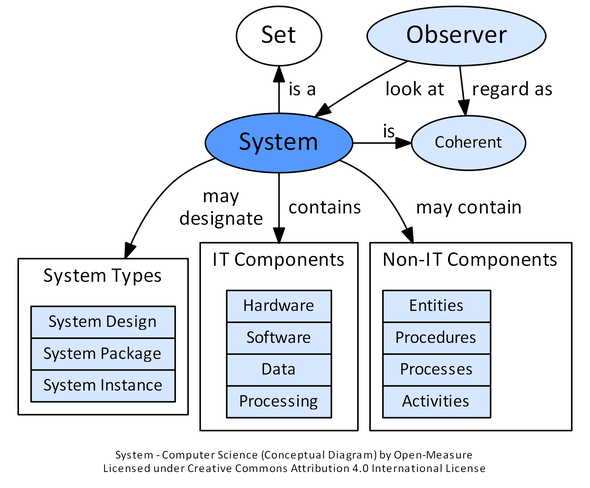
Open-Measure/Graphviz-Models keeps this Graphviz diagram as Dictionary/system.png. Above is the earlier version. Its source is kept beside it as Dictionary/system.gv. Source of this version:
```dot
digraph G {
	rankdir="TB";
	ranksep="0";
	newrank=true;
	packmode="clust";
	compound=true;
	fontname="Calibri";
	label="System - Computer Science (Conceptual Diagram) by Open-Measure\nLicensed under Creative Commons Attribution 4.0 International License";
	fontsize=8;
	node[shape="ellipse", fontsize=12, fillcolor="#d6e7ff", style="filled", fontname="Calibri"];
	edge[fontname="Calibri", minlen="1"];

	# Parent Concept
	n_set [label="Set", fontsize=18, fillcolor="#ffffff"];
	n_set -> n_system [weight=10, label="  is a  ", dir="back"];

	# Concept
	n_system [label="System", fontsize=18, fillcolor="#5599ff", URL="https://open-measure.atlassian.net/wiki/spaces/DIC/pages/5965562"];

	# Key Characteristics
	n_observer [label="Observer", fontsize=18];
	n_observer -> n_system [label="  look at  "];
	n_observer -> n_coherent [label="  regard as  "];
	n_coherent [label="Coherent"];
	n_system -> n_coherent [headlabel="  is   "];

	n_system -> n_types [label="  may  \n  designate  ", lhead="cluster_types"];
	subgraph cluster_types {
		label="System Types";
		fontsize="14";
		n_types [label="{{System Design}|{System Package}|{System Instance}}", shape="record", color="black", fontcolor="black"];
	}

	n_system -> n_it_components [label="  contains  ", lhead="cluster_it_components"];
	subgraph cluster_it_components {
		label="IT Components";
		fontsize="14";
		n_it_components [label="{{Hardware}|{Software}|{Data}|{Processing}}", shape="record", color="black", fontcolor="black"];
	}

	n_system -> n_non_it_components [label="  may contain  ", lhead="cluster_non_it_components"];
	subgraph cluster_non_it_components {
		label="Non-IT Components";
		fontsize="14";
		n_non_it_components [label="{{Entities}|{Procedures}|{Processes}|{Activities}}", shape="record", color="black", fontcolor="black"];
	}



	# Hyponyms
	# n_characteristics -> n_system [dir="back"; label=" is generally "];
	# n_characteristics [label="Illegal"];

	# Levels
	{ rank=same; n_system; n_coherent; }
	#{ rank=same; n_control; n_identity }

}
```
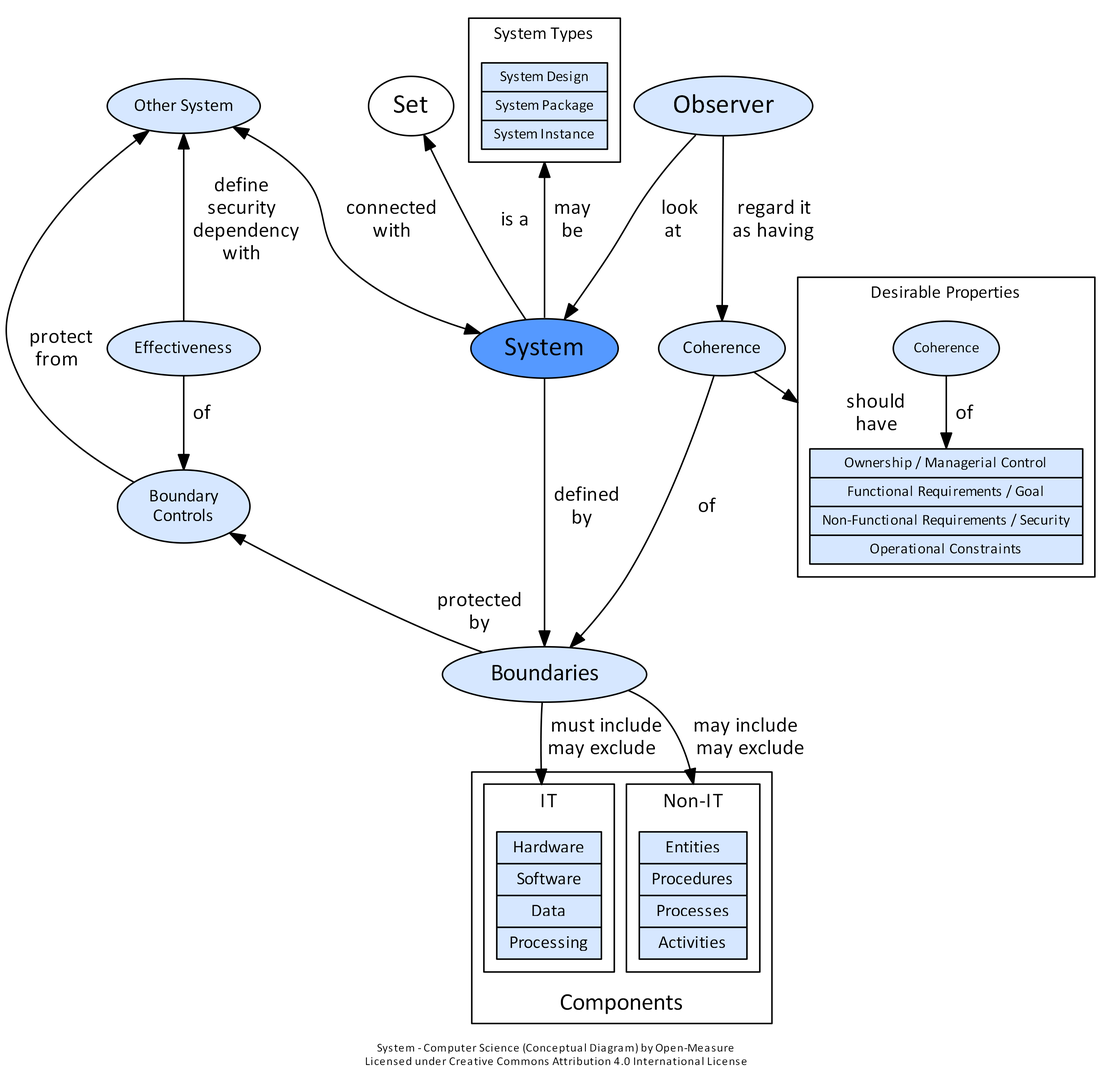
Later version of the same file.

The edit, as a diff of the source:
```diff
@@ -10,6 +10,13 @@
 	node[shape="ellipse", fontsize=12, fillcolor="#d6e7ff", style="filled", fontname="Calibri"];
 	edge[fontname="Calibri", minlen="1"];
 
+	n_types -> n_system [weight=100, dir="back", label="  may  \n  be  ", ltail="cluster_types"];
+	subgraph cluster_types {
+		label="System Types";
+		fontsize="12";
+		n_types [fontsize="10", label="{{System Design}|{System Package}|{System Instance}}", shape="record", color="black", fontcolor="black"];
+	}
+
 	# Parent Concept
 	n_set [label="Set", fontsize=18, fillcolor="#ffffff"];
 	n_set -> n_system [weight=10, label="  is a  ", dir="back"];
@@ -18,41 +25,71 @@
 	n_system [label="System", fontsize=18, fillcolor="#5599ff", URL="https://open-measure.atlassian.net/wiki/spaces/DIC/pages/5965562"];
 
 	# Key Characteristics
+
+	n_control [label="Boundary\nControls"];
+	n_control -> n_boundaries [dir="back", label="protected\nby"];
+
+	n_boundaries [label=" Boundaries ", fontsize=16];
+	n_system -> n_boundaries [label="  defined\nby"];
 	n_observer [label="Observer", fontsize=18];
-	n_observer -> n_system [label="  look at  "];
-	n_observer -> n_coherent [label="  regard as  "];
-	n_coherent [label="Coherent"];
-	n_system -> n_coherent [headlabel="  is   "];
+	n_observer -> n_system [weight=100, label="look    \nat       "];
+	n_observer -> n_coherence [label="  regard it\n  as having"];
+	n_coherence [label="Coherence"];
+	#n_coherence -> n_system [dir="back", label="is"];
+	n_coherence -> n_boundaries [label="  of"];
 
-	n_system -> n_types [label="  may  \n  designate  ", lhead="cluster_types"];
-	subgraph cluster_types {
-		label="System Types";
-		fontsize="14";
-		n_types [label="{{System Design}|{System Package}|{System Instance}}", shape="record", color="black", fontcolor="black"];
+
+	n_effectiveness [label="Effectiveness"];
+	n_effectiveness -> n_control [label="  of   "];
+	n_connected_system -> n_control [dir="back", label="  protect\nfrom"];
+	n_connected_system -> n_effectiveness [weight=100, dir="back", label="define\nsecurity\n  dependency\nwith"];
+
+	n_connected_system [label="Other System"];
+	n_connected_system -> n_system [weight=100, dir="both", label="connected\nwith"];
+
+	#n_desirable_characteristics -> n_coherence [label="should\nhave", ltail="cluster_desirable_characteristics"];
+	n_coherence -> n_desirable_characteristics [label="should\nhave", lhead="cluster_desirable_characteristics"];
+	subgraph cluster_desirable_characteristics {
+		label="Desirable Properties";
+		fontsize="12";
+		n_desirable_coherence [fontsize="10", label="Coherence"];
+		n_desirable_characteristics [fontsize="10", label="{{Ownership / Managerial Control}|{Functional Requirements / Goal}|{Non-Functional Requirements / Security}|{Operational Constraints}}", shape="record", color="black", fontcolor="black"];
+		n_desirable_coherence -> n_desirable_characteristics [label="  of"]
 	}
 
-	n_system -> n_it_components [label="  contains  ", lhead="cluster_it_components"];
-	subgraph cluster_it_components {
-		label="IT Components";
-		fontsize="14";
-		n_it_components [label="{{Hardware}|{Software}|{Data}|{Processing}}", shape="record", color="black", fontcolor="black"];
+	n_boundaries -> n_it_components [label="  must include\nmay exclude", lhead="cluster_it_components"];
+	n_boundaries -> n_non_it_components [label="may include\n  may exclude", lhead="cluster_non_it_components"];
+
+	#n_boundaries -> n_it_components [label="includes\nand/or\nexcludes\n ", lhead="cluster_components"];
+	#n_boundaries -> n_it_components [label="  excludes  ", lhead="cluster_components"];
+
+	subgraph cluster_components {
+		label="Components";
+		fontsize="16";
+		labelloc="b";
+
+		subgraph cluster_it_components {
+			label="IT";
+			fontsize="14";
+			labelloc="t";
+			n_it_components [label="{{Hardware}|{Software}|{Data}|{Processing}}", shape="record", color="black", fontcolor="black"];
+		}
+
+		subgraph cluster_non_it_components {
+			label="Non-IT";
+			fontsize="14";
+			labelloc="t";
+			n_non_it_components [label="{{Entities}|{Procedures}|{Processes}|{Activities}}", shape="record", color="black", fontcolor="black"];
+		}
+
 	}
 
-	n_system -> n_non_it_components [label="  may contain  ", lhead="cluster_non_it_components"];
-	subgraph cluster_non_it_components {
-		label="Non-IT Components";
-		fontsize="14";
-		n_non_it_components [label="{{Entities}|{Procedures}|{Processes}|{Activities}}", shape="record", color="black", fontcolor="black"];
-	}
-
-
-
 	# Hyponyms
-	# n_characteristics -> n_system [dir="back"; label=" is generally "];
+	#n_set -> n_boundaries [label="", style="invis"];
 	# n_characteristics [label="Illegal"];
 
 	# Levels
-	{ rank=same; n_system; n_coherent; }
-	#{ rank=same; n_control; n_identity }
+	#{ rank=same; n_control; n_boundaries; }
+	{ rank=same; n_effectiveness; n_system }
 
 }
```
